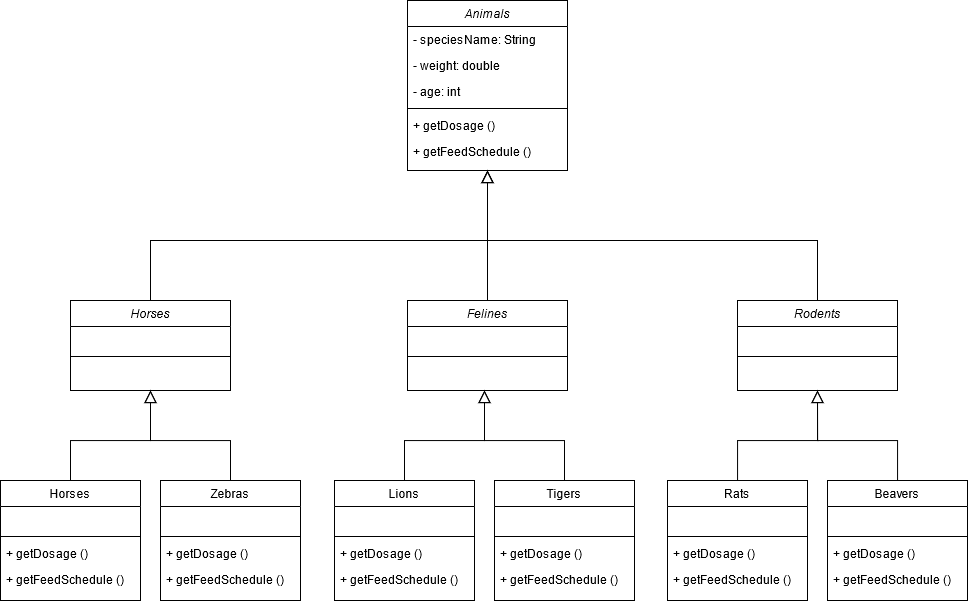
Above: zoo-management/Zoo Class Diagram.png in Furkanber/patika-oop (draw.io), before the change. Source tidied: cells renumbered, new cells last; positions are measured from the earlier drawing's top-left corner, leaving out a move shared by most shapes. Source of this version:
```xml
<mxGraphModel>
  <root>
    <mxCell id="0" />
    <mxCell id="1" parent="0" />
    <mxCell id="2" value="Animals" style="swimlane;fontStyle=2;align=center;verticalAlign=top;horizontal=1;startSize=26;rounded=0;shadow=0;strokeWidth=1;" parent="1" vertex="1">
      <mxGeometry x="407" width="160" height="170" as="geometry" />
    </mxCell>
    <mxCell id="3" value="- speciesName: String" style="text;align=left;verticalAlign=top;spacingLeft=4;spacingRight=4;overflow=hidden;" parent="2" vertex="1">
      <mxGeometry y="26" width="160" height="26" as="geometry" />
    </mxCell>
    <mxCell id="4" value="- weight: double" style="text;align=left;verticalAlign=top;spacingLeft=4;spacingRight=4;overflow=hidden;rounded=0;shadow=0;html=0;" parent="2" vertex="1">
      <mxGeometry y="52" width="160" height="26" as="geometry" />
    </mxCell>
    <mxCell id="5" value="- age: int" style="text;align=left;verticalAlign=top;spacingLeft=4;spacingRight=4;overflow=hidden;rounded=0;shadow=0;html=0;" parent="2" vertex="1">
      <mxGeometry y="78" width="160" height="26" as="geometry" />
    </mxCell>
    <mxCell id="6" style="line;html=1;strokeWidth=1;align=left;verticalAlign=middle;spacingTop=-1;spacingLeft=3;spacingRight=3;labelPosition=right;" parent="2" vertex="1">
      <mxGeometry y="104" width="160" height="8" as="geometry" />
    </mxCell>
    <mxCell id="7" value="+ getDosage ()&#10;" style="text;align=left;verticalAlign=top;spacingLeft=4;spacingRight=4;overflow=hidden;" parent="2" vertex="1">
      <mxGeometry y="112" width="160" height="26" as="geometry" />
    </mxCell>
    <mxCell id="8" value="+ getFeedSchedule ()" style="text;align=left;verticalAlign=top;spacingLeft=4;spacingRight=4;overflow=hidden;" parent="2" vertex="1">
      <mxGeometry y="138" width="160" height="26" as="geometry" />
    </mxCell>
    <mxCell id="9" value="Horses" style="swimlane;fontStyle=2;align=center;verticalAlign=top;horizontal=1;startSize=26;rounded=0;shadow=0;strokeWidth=1;" parent="1" vertex="1">
      <mxGeometry x="70" y="300" width="160" height="90" as="geometry" />
    </mxCell>
    <mxCell id="10" value=" " style="text;align=left;verticalAlign=top;spacingLeft=4;spacingRight=4;overflow=hidden;" parent="9" vertex="1">
      <mxGeometry y="26" width="160" height="26" as="geometry" />
    </mxCell>
    <mxCell id="11" style="line;html=1;strokeWidth=1;align=left;verticalAlign=middle;spacingTop=-1;spacingLeft=3;spacingRight=3;labelPosition=right;" parent="9" vertex="1">
      <mxGeometry y="52" width="160" height="8" as="geometry" />
    </mxCell>
    <mxCell id="12" style="endArrow=block;endSize=10;endFill=0;shadow=0;strokeWidth=1;rounded=0;edgeStyle=elbowEdgeStyle;elbow=vertical;" parent="1" edge="1" source="9" target="2">
      <mxGeometry relative="1" as="geometry">
        <Array as="points">
          <mxPoint x="287" y="240" />
          <mxPoint x="387" y="189" />
        </Array>
      </mxGeometry>
    </mxCell>
    <mxCell id="13" value="Felines" style="swimlane;fontStyle=2;align=center;verticalAlign=top;horizontal=1;startSize=26;rounded=0;shadow=0;strokeWidth=1;" parent="1" vertex="1">
      <mxGeometry x="407" y="300" width="160" height="90" as="geometry" />
    </mxCell>
    <mxCell id="14" value=" " style="text;align=left;verticalAlign=top;spacingLeft=4;spacingRight=4;overflow=hidden;" parent="13" vertex="1">
      <mxGeometry y="26" width="160" height="26" as="geometry" />
    </mxCell>
    <mxCell id="15" style="line;html=1;strokeWidth=1;align=left;verticalAlign=middle;spacingTop=-1;spacingLeft=3;spacingRight=3;labelPosition=right;" parent="13" vertex="1">
      <mxGeometry y="52" width="160" height="8" as="geometry" />
    </mxCell>
    <mxCell id="16" style="endArrow=block;endSize=10;endFill=0;shadow=0;strokeWidth=1;rounded=0;edgeStyle=elbowEdgeStyle;elbow=vertical;" parent="1" edge="1" source="13" target="2">
      <mxGeometry relative="1" as="geometry" />
    </mxCell>
    <mxCell id="17" value="Rodents" style="swimlane;fontStyle=2;align=center;verticalAlign=top;horizontal=1;startSize=26;rounded=0;shadow=0;strokeWidth=1;" parent="1" vertex="1">
      <mxGeometry x="737" y="300" width="160" height="90" as="geometry" />
    </mxCell>
    <mxCell id="18" value=" " style="text;align=left;verticalAlign=top;spacingLeft=4;spacingRight=4;overflow=hidden;" parent="17" vertex="1">
      <mxGeometry y="26" width="160" height="26" as="geometry" />
    </mxCell>
    <mxCell id="19" style="line;html=1;strokeWidth=1;align=left;verticalAlign=middle;spacingTop=-1;spacingLeft=3;spacingRight=3;labelPosition=right;" parent="17" vertex="1">
      <mxGeometry y="52" width="160" height="8" as="geometry" />
    </mxCell>
    <mxCell id="20" style="endArrow=block;endSize=10;endFill=0;shadow=0;strokeWidth=1;rounded=0;edgeStyle=elbowEdgeStyle;elbow=vertical;exitX=0.5;exitY=0;exitDx=0;exitDy=0;" parent="1" edge="1" source="17">
      <mxGeometry relative="1" as="geometry">
        <mxPoint x="487" y="170" as="targetPoint" />
        <Array as="points">
          <mxPoint x="550" y="240" />
          <mxPoint x="387" y="189" />
        </Array>
      </mxGeometry>
    </mxCell>
    <mxCell id="21" style="edgeStyle=orthogonalEdgeStyle;rounded=0;jettySize=auto;html=1;entryX=0.5;entryY=1;entryDx=0;entryDy=0;endArrow=block;endFill=0;endSize=10;" parent="1" edge="1" source="22" target="9">
      <mxGeometry relative="1" as="geometry">
        <Array as="points">
          <mxPoint x="70" y="440" />
          <mxPoint x="150" y="440" />
        </Array>
      </mxGeometry>
    </mxCell>
    <mxCell id="22" value="Horses" style="swimlane;fontStyle=0;align=center;verticalAlign=top;horizontal=1;startSize=26;rounded=0;shadow=0;strokeWidth=1;" parent="1" vertex="1">
      <mxGeometry y="480" width="140" height="120" as="geometry" />
    </mxCell>
    <mxCell id="23" value=" " style="text;align=left;verticalAlign=top;spacingLeft=4;spacingRight=4;overflow=hidden;" parent="22" vertex="1">
      <mxGeometry y="26" width="140" height="26" as="geometry" />
    </mxCell>
    <mxCell id="24" style="line;html=1;strokeWidth=1;align=left;verticalAlign=middle;spacingTop=-1;spacingLeft=3;spacingRight=3;labelPosition=right;" parent="22" vertex="1">
      <mxGeometry y="52" width="140" height="8" as="geometry" />
    </mxCell>
    <mxCell id="25" value="+ getDosage ()&#10;" style="text;align=left;verticalAlign=top;spacingLeft=4;spacingRight=4;overflow=hidden;" parent="22" vertex="1">
      <mxGeometry y="60" width="140" height="26" as="geometry" />
    </mxCell>
    <mxCell id="26" value="+ getFeedSchedule ()" style="text;align=left;verticalAlign=top;spacingLeft=4;spacingRight=4;overflow=hidden;" parent="22" vertex="1">
      <mxGeometry y="86" width="140" height="26" as="geometry" />
    </mxCell>
    <mxCell id="27" style="edgeStyle=orthogonalEdgeStyle;rounded=0;jettySize=auto;html=1;entryX=0.5;entryY=1;entryDx=0;entryDy=0;endArrow=block;endFill=0;endSize=10;" parent="1" edge="1" source="28" target="9">
      <mxGeometry relative="1" as="geometry">
        <Array as="points">
          <mxPoint x="230" y="440" />
          <mxPoint x="150" y="440" />
        </Array>
      </mxGeometry>
    </mxCell>
    <mxCell id="28" value="Zebras" style="swimlane;fontStyle=0;align=center;verticalAlign=top;horizontal=1;startSize=26;rounded=0;shadow=0;strokeWidth=1;" parent="1" vertex="1">
      <mxGeometry x="160" y="480" width="140" height="120" as="geometry" />
    </mxCell>
    <mxCell id="29" value=" " style="text;align=left;verticalAlign=top;spacingLeft=4;spacingRight=4;overflow=hidden;" parent="28" vertex="1">
      <mxGeometry y="26" width="140" height="26" as="geometry" />
    </mxCell>
    <mxCell id="30" style="line;html=1;strokeWidth=1;align=left;verticalAlign=middle;spacingTop=-1;spacingLeft=3;spacingRight=3;labelPosition=right;" parent="28" vertex="1">
      <mxGeometry y="52" width="140" height="8" as="geometry" />
    </mxCell>
    <mxCell id="31" value="+ getDosage ()&#10;" style="text;align=left;verticalAlign=top;spacingLeft=4;spacingRight=4;overflow=hidden;" parent="28" vertex="1">
      <mxGeometry y="60" width="140" height="26" as="geometry" />
    </mxCell>
    <mxCell id="32" value="+ getFeedSchedule ()" style="text;align=left;verticalAlign=top;spacingLeft=4;spacingRight=4;overflow=hidden;" parent="28" vertex="1">
      <mxGeometry y="86" width="140" height="26" as="geometry" />
    </mxCell>
    <mxCell id="33" style="edgeStyle=orthogonalEdgeStyle;rounded=0;jettySize=auto;html=1;endArrow=block;endFill=0;endSize=10;" parent="1" edge="1" source="34">
      <mxGeometry relative="1" as="geometry">
        <mxPoint x="484" y="390" as="targetPoint" />
        <Array as="points">
          <mxPoint x="404" y="440" />
          <mxPoint x="484" y="440" />
        </Array>
      </mxGeometry>
    </mxCell>
    <mxCell id="34" value="Lions" style="swimlane;fontStyle=0;align=center;verticalAlign=top;horizontal=1;startSize=26;rounded=0;shadow=0;strokeWidth=1;" parent="1" vertex="1">
      <mxGeometry x="334" y="480" width="140" height="120" as="geometry" />
    </mxCell>
    <mxCell id="35" value=" " style="text;align=left;verticalAlign=top;spacingLeft=4;spacingRight=4;overflow=hidden;" parent="34" vertex="1">
      <mxGeometry y="26" width="140" height="26" as="geometry" />
    </mxCell>
    <mxCell id="36" style="line;html=1;strokeWidth=1;align=left;verticalAlign=middle;spacingTop=-1;spacingLeft=3;spacingRight=3;labelPosition=right;" parent="34" vertex="1">
      <mxGeometry y="52" width="140" height="8" as="geometry" />
    </mxCell>
    <mxCell id="37" value="+ getDosage ()&#10;" style="text;align=left;verticalAlign=top;spacingLeft=4;spacingRight=4;overflow=hidden;" parent="34" vertex="1">
      <mxGeometry y="60" width="140" height="26" as="geometry" />
    </mxCell>
    <mxCell id="38" value="+ getFeedSchedule ()" style="text;align=left;verticalAlign=top;spacingLeft=4;spacingRight=4;overflow=hidden;" parent="34" vertex="1">
      <mxGeometry y="86" width="140" height="26" as="geometry" />
    </mxCell>
    <mxCell id="39" style="edgeStyle=orthogonalEdgeStyle;rounded=0;jettySize=auto;html=1;endArrow=block;endFill=0;endSize=10;" parent="1" edge="1" source="40">
      <mxGeometry relative="1" as="geometry">
        <mxPoint x="484" y="390" as="targetPoint" />
        <Array as="points">
          <mxPoint x="564" y="440" />
          <mxPoint x="484" y="440" />
        </Array>
      </mxGeometry>
    </mxCell>
    <mxCell id="40" value="Tigers" style="swimlane;fontStyle=0;align=center;verticalAlign=top;horizontal=1;startSize=26;rounded=0;shadow=0;strokeWidth=1;" parent="1" vertex="1">
      <mxGeometry x="494" y="480" width="140" height="120" as="geometry" />
    </mxCell>
    <mxCell id="41" value=" " style="text;align=left;verticalAlign=top;spacingLeft=4;spacingRight=4;overflow=hidden;" parent="40" vertex="1">
      <mxGeometry y="26" width="140" height="26" as="geometry" />
    </mxCell>
    <mxCell id="42" style="line;html=1;strokeWidth=1;align=left;verticalAlign=middle;spacingTop=-1;spacingLeft=3;spacingRight=3;labelPosition=right;" parent="40" vertex="1">
      <mxGeometry y="52" width="140" height="8" as="geometry" />
    </mxCell>
    <mxCell id="43" value="+ getDosage ()&#10;" style="text;align=left;verticalAlign=top;spacingLeft=4;spacingRight=4;overflow=hidden;" parent="40" vertex="1">
      <mxGeometry y="60" width="140" height="26" as="geometry" />
    </mxCell>
    <mxCell id="44" value="+ getFeedSchedule ()" style="text;align=left;verticalAlign=top;spacingLeft=4;spacingRight=4;overflow=hidden;" parent="40" vertex="1">
      <mxGeometry y="86" width="140" height="26" as="geometry" />
    </mxCell>
    <mxCell id="45" style="edgeStyle=orthogonalEdgeStyle;rounded=0;jettySize=auto;html=1;endArrow=block;endFill=0;endSize=10;" parent="1" edge="1" source="46">
      <mxGeometry relative="1" as="geometry">
        <mxPoint x="817" y="390" as="targetPoint" />
        <Array as="points">
          <mxPoint x="737" y="440" />
          <mxPoint x="817" y="440" />
        </Array>
      </mxGeometry>
    </mxCell>
    <mxCell id="46" value="Rats" style="swimlane;fontStyle=0;align=center;verticalAlign=top;horizontal=1;startSize=26;rounded=0;shadow=0;strokeWidth=1;" parent="1" vertex="1">
      <mxGeometry x="667" y="480" width="140" height="120" as="geometry" />
    </mxCell>
    <mxCell id="47" value=" " style="text;align=left;verticalAlign=top;spacingLeft=4;spacingRight=4;overflow=hidden;" parent="46" vertex="1">
      <mxGeometry y="26" width="140" height="26" as="geometry" />
    </mxCell>
    <mxCell id="48" style="line;html=1;strokeWidth=1;align=left;verticalAlign=middle;spacingTop=-1;spacingLeft=3;spacingRight=3;labelPosition=right;" parent="46" vertex="1">
      <mxGeometry y="52" width="140" height="8" as="geometry" />
    </mxCell>
    <mxCell id="49" value="+ getDosage ()&#10;" style="text;align=left;verticalAlign=top;spacingLeft=4;spacingRight=4;overflow=hidden;" parent="46" vertex="1">
      <mxGeometry y="60" width="140" height="26" as="geometry" />
    </mxCell>
    <mxCell id="50" value="+ getFeedSchedule ()" style="text;align=left;verticalAlign=top;spacingLeft=4;spacingRight=4;overflow=hidden;" parent="46" vertex="1">
      <mxGeometry y="86" width="140" height="26" as="geometry" />
    </mxCell>
    <mxCell id="51" style="edgeStyle=orthogonalEdgeStyle;rounded=0;jettySize=auto;html=1;endArrow=block;endFill=0;endSize=10;" parent="1" edge="1" source="52">
      <mxGeometry relative="1" as="geometry">
        <mxPoint x="817" y="390" as="targetPoint" />
        <Array as="points">
          <mxPoint x="897" y="440" />
          <mxPoint x="817" y="440" />
        </Array>
      </mxGeometry>
    </mxCell>
    <mxCell id="52" value="Beavers" style="swimlane;fontStyle=0;align=center;verticalAlign=top;horizontal=1;startSize=26;rounded=0;shadow=0;strokeWidth=1;" parent="1" vertex="1">
      <mxGeometry x="827" y="480" width="140" height="120" as="geometry" />
    </mxCell>
    <mxCell id="53" value=" " style="text;align=left;verticalAlign=top;spacingLeft=4;spacingRight=4;overflow=hidden;" parent="52" vertex="1">
      <mxGeometry y="26" width="140" height="26" as="geometry" />
    </mxCell>
    <mxCell id="54" style="line;html=1;strokeWidth=1;align=left;verticalAlign=middle;spacingTop=-1;spacingLeft=3;spacingRight=3;labelPosition=right;" parent="52" vertex="1">
      <mxGeometry y="52" width="140" height="8" as="geometry" />
    </mxCell>
    <mxCell id="55" value="+ getDosage ()&#10;" style="text;align=left;verticalAlign=top;spacingLeft=4;spacingRight=4;overflow=hidden;" parent="52" vertex="1">
      <mxGeometry y="60" width="140" height="26" as="geometry" />
    </mxCell>
    <mxCell id="56" value="+ getFeedSchedule ()" style="text;align=left;verticalAlign=top;spacingLeft=4;spacingRight=4;overflow=hidden;" parent="52" vertex="1">
      <mxGeometry y="86" width="140" height="26" as="geometry" />
    </mxCell>
  </root>
</mxGraphModel>
```
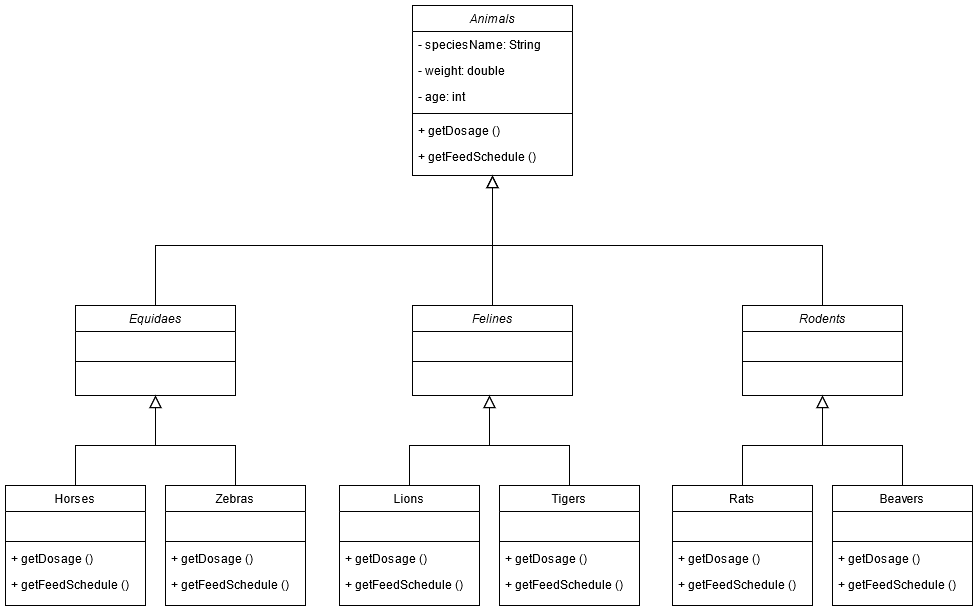
The same diagram one commit later.

Diff of the diagram source:
```diff
@@ -23,7 +23,7 @@
     <mxCell id="8" value="+ getFeedSchedule ()" style="text;align=left;verticalAlign=top;spacingLeft=4;spacingRight=4;overflow=hidden;" parent="2" vertex="1">
       <mxGeometry y="138" width="160" height="26" as="geometry" />
     </mxCell>
-    <mxCell id="9" value="Horses" style="swimlane;fontStyle=2;align=center;verticalAlign=top;horizontal=1;startSize=26;rounded=0;shadow=0;strokeWidth=1;" parent="1" vertex="1">
+    <mxCell id="9" value="Equidaes" style="swimlane;fontStyle=2;align=center;verticalAlign=top;horizontal=1;startSize=26;rounded=0;shadow=0;strokeWidth=1;" parent="1" vertex="1">
       <mxGeometry x="70" y="300" width="160" height="90" as="geometry" />
     </mxCell>
     <mxCell id="10" value=" " style="text;align=left;verticalAlign=top;spacingLeft=4;spacingRight=4;overflow=hidden;" parent="9" vertex="1">
```
